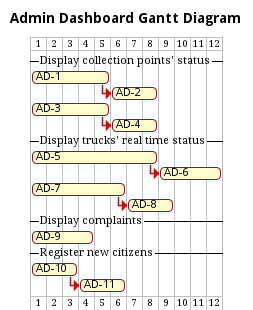
This is img/gantt-admin-dashboard.pm.png from SmartWasteCollection/project-management, a PlantUML export, as it was before one commit. Source of this version:
```plantuml
@startgantt
!include ../metamodels/gantt.iuml
title Admin Dashboard Gantt Diagram
!define requirement AD

--Display collection points' status--

task(1, 5)
task(2, 3)

endtostart(1, 2)

task(3, 5)
task(4, 3)

endtostart(3, 4)

--Display trucks' real time status--

task(5, 8)
task(6, 4)

endtostart(5, 6)

task(7, 6)
task(8, 3)

endtostart(7, 8)

--Display complaints--

task(9, 4)

--Register new citizens--

task(10, 3)
task(11, 3)

endtostart(10 ,11)

@endgantt
```
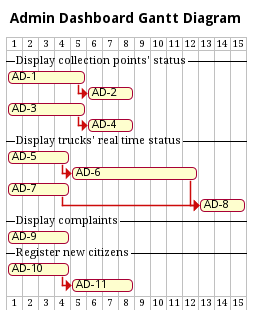
The same file after the commit.

Change to the diagram source:
```diff
@@ -17,14 +17,15 @@
 
 --Display trucks' real time status--
 
-task(5, 8)
-task(6, 4)
+task(5, 4)
+task(6, 8)
 
 endtostart(5, 6)
 
-task(7, 6)
+task(7, 4)
 task(8, 3)
 
+endtostart(6, 8)
 endtostart(7, 8)
 
 --Display complaints--
@@ -33,8 +34,8 @@
 
 --Register new citizens--
 
-task(10, 3)
-task(11, 3)
+task(10, 4)
+task(11, 4)
 
 endtostart(10 ,11)
 
```
